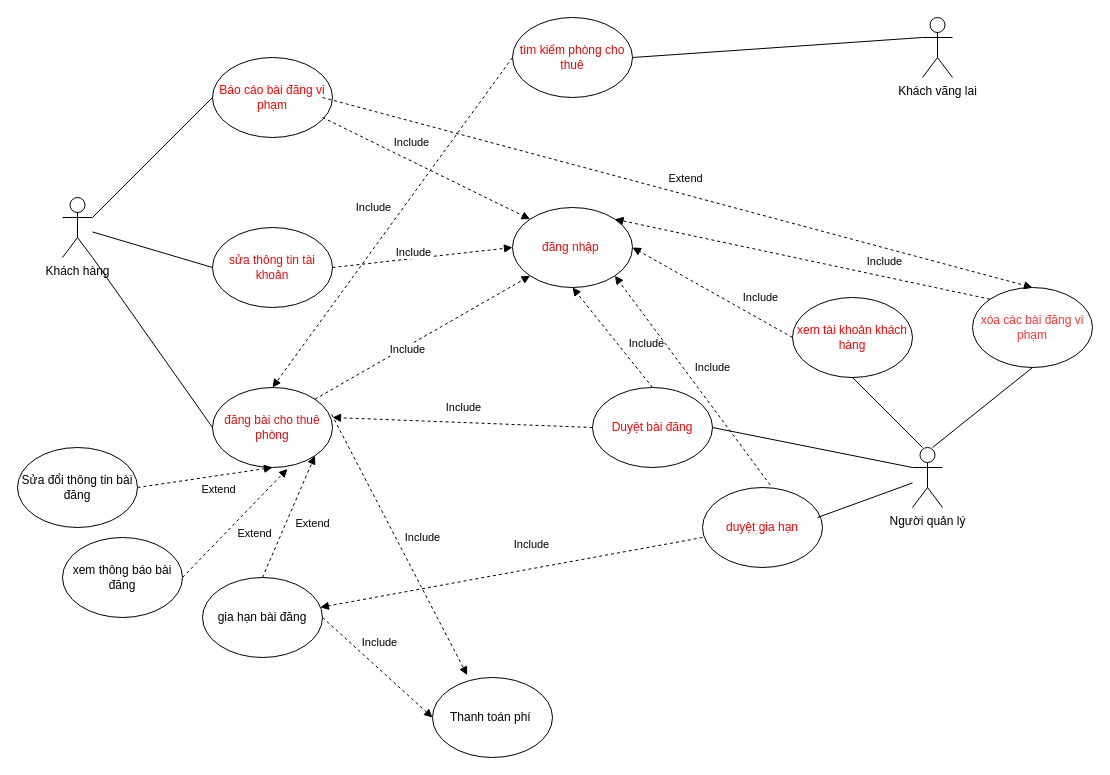
The draw.io diagram usecase.drawio in Uechi123/PTTKHTTT, before the edit. Source tidied: cells renumbered, new cells numbered last; positions are measured from the earlier drawing's top-left corner, leaving out a move shared by most shapes. Both pictures are drawn from the tidied source at 100%, with x=0, y=0 at pixel (17, 17).
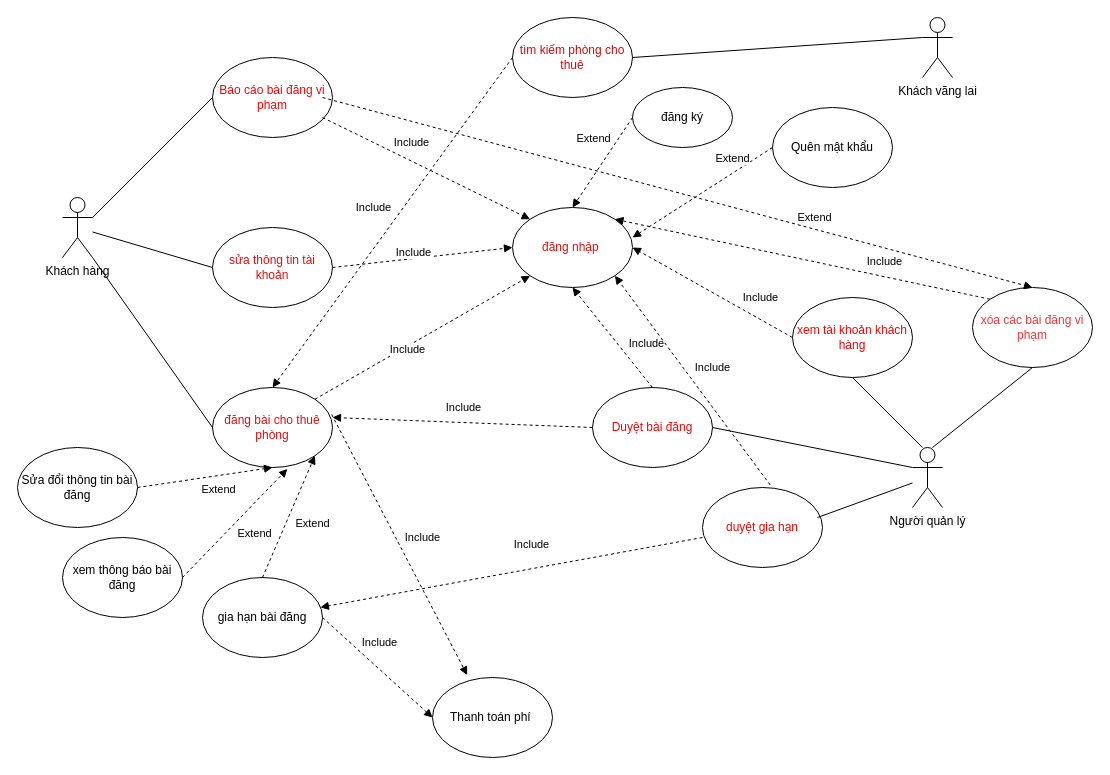
Above is the later version.

The change refers to these unchanged cells:
```xml
<mxCell id="38" style="endArrow=block;html=1;rounded=0;entryX=0.5;entryY=0;entryDx=0;entryDy=0;dashed=1;startArrow=none;startFill=0;endFill=1;exitX=1;exitY=0.5;exitDx=0;exitDy=0;" parent="1" edge="1" target="12">
  <mxGeometry relative="1" as="geometry">
    <mxPoint x="305" y="80" as="sourcePoint" />
  </mxGeometry>
</mxCell>
```

Change to the diagram source:
```diff
@@
     <mxCell id="39" value="Extend" style="edgeLabel;html=1;align=center;verticalAlign=middle;" parent="38" vertex="1">
       <mxGeometry x="-0.04" y="-11" relative="1" as="geometry">
-        <mxPoint x="24" y="-21" as="offset" />
+        <mxPoint x="153" y="18" as="offset" />
       </mxGeometry>
     </mxCell>
@@
+    <mxCell id="58" value="đăng ký" style="ellipse;whiteSpace=wrap;html=1;" parent="1" vertex="1">
+      <mxGeometry x="615" y="70" width="100" height="60" as="geometry" />
+    </mxCell>
+    <mxCell id="59" value="Quên mật khẩu" style="ellipse;whiteSpace=wrap;html=1;" parent="1" vertex="1">
+      <mxGeometry x="755" y="90" width="120" height="80" as="geometry" />
+    </mxCell>
+    <mxCell id="60" style="endArrow=block;dashed=1;html=1;rounded=0;entryX=1;entryY=0.375;entryDx=0;entryDy=0;endFill=1;exitX=0;exitY=0.5;exitDx=0;exitDy=0;entryPerimeter=0;" parent="1" edge="1" source="58">
+      <mxGeometry relative="1" as="geometry">
+        <mxPoint x="555" y="190" as="targetPoint" />
+      </mxGeometry>
+    </mxCell>
+    <mxCell id="61" value="Extend" style="edgeLabel;html=1;align=center;verticalAlign=middle;" parent="60" vertex="1">
+      <mxGeometry x="-0.33" y="-1" relative="1" as="geometry">
+        <mxPoint x="-19" y="-9" as="offset" />
+      </mxGeometry>
+    </mxCell>
+    <mxCell id="62" style="endArrow=block;dashed=1;html=1;rounded=0;entryX=1;entryY=0.375;entryDx=0;entryDy=0;endFill=1;exitX=0;exitY=0.5;exitDx=0;exitDy=0;entryPerimeter=0;" parent="1" edge="1" source="59">
+      <mxGeometry relative="1" as="geometry">
+        <mxPoint x="615" y="220" as="targetPoint" />
+      </mxGeometry>
+    </mxCell>
+    <mxCell id="63" value="Extend" style="edgeLabel;html=1;align=center;verticalAlign=middle;" parent="62" vertex="1">
+      <mxGeometry x="-0.33" y="-1" relative="1" as="geometry">
+        <mxPoint x="7" y="-19" as="offset" />
+      </mxGeometry>
+    </mxCell>
```
